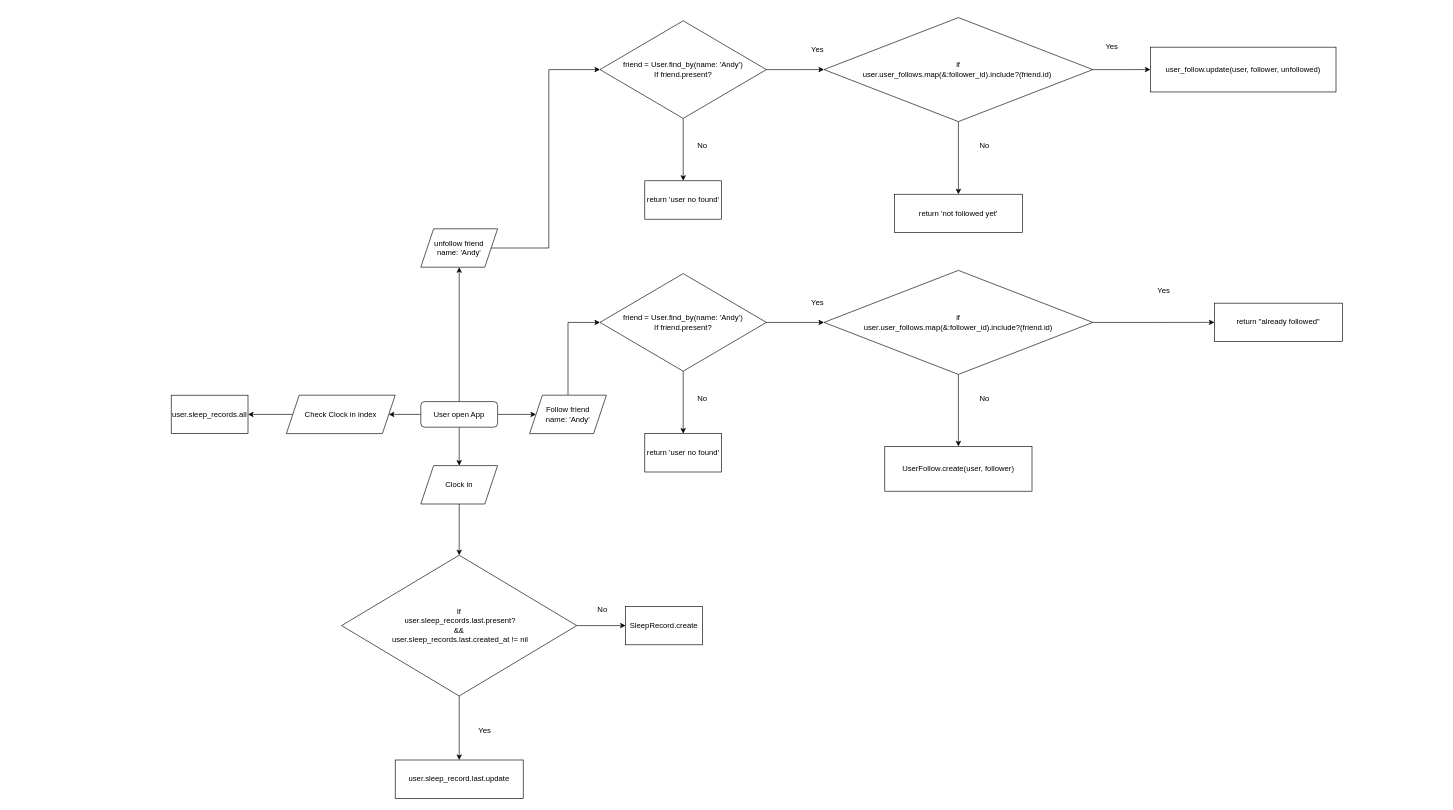
This is tripla_homework.drawio from LaichuLai/draw_io, a draw.io file, before an edit. Source tidied: cells renumbered, new cells numbered last; positions are measured from the earlier drawing's top-left corner, leaving out a move shared by most shapes. Both pictures are drawn from the tidied source at 64%, with x=0, y=0 at pixel (171, 17).
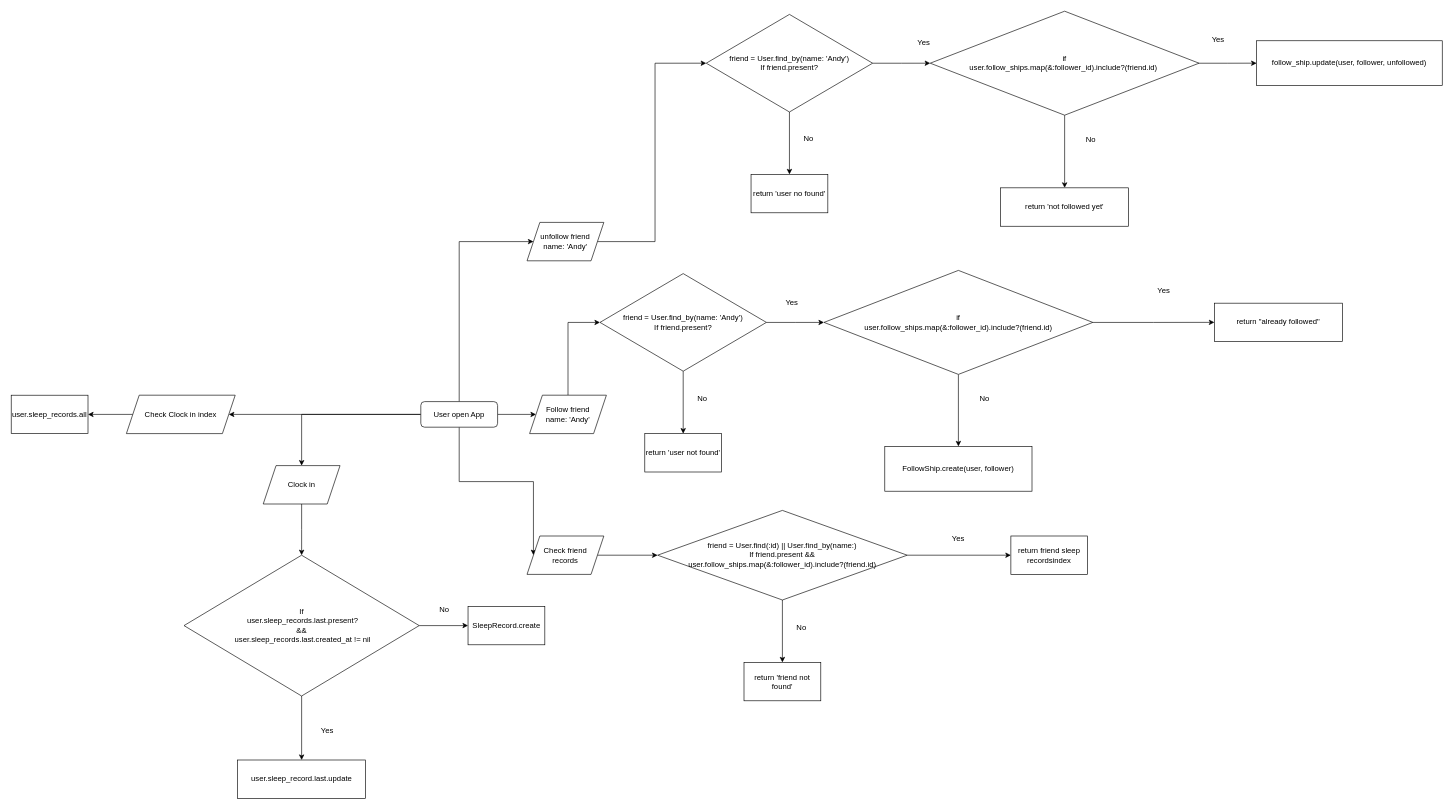
The same diagram, later.

Commit message:
Update tripla_homework.drawio with friend index

Unchanged cells that the change refers to:
```xml
<mxCell id="6" value="User open App" style="rounded=1;whiteSpace=wrap;html=1;fontSize=12;glass=0;strokeWidth=1;shadow=0;" parent="1" vertex="1">
  <mxGeometry x="390" y="600" width="120" height="40" as="geometry" />
</mxCell>
```

Change to the diagram source:
```diff
@@
-    <mxCell id="5" style="edgeStyle=orthogonalEdgeStyle;rounded=0;jettySize=auto;html=1;exitX=0.5;exitY=0;exitDx=0;exitDy=0;" parent="1" edge="1" source="6" target="35">
-      <mxGeometry relative="1" as="geometry" />
+    <mxCell id="5" style="edgeStyle=orthogonalEdgeStyle;rounded=0;jettySize=auto;html=1;exitX=0.5;exitY=0;exitDx=0;exitDy=0;entryX=0;entryY=0.5;entryDx=0;entryDy=0;" parent="1" edge="1" source="6" target="35">
+      <mxGeometry relative="1" as="geometry">
+        <Array as="points">
+          <mxPoint x="450" y="350" />
+        </Array>
+      </mxGeometry>
     </mxCell>
+    <mxCell id="49" style="edgeStyle=orthogonalEdgeStyle;rounded=0;jettySize=auto;html=1;entryX=0;entryY=0.5;entryDx=0;entryDy=0;exitX=0.5;exitY=1;exitDx=0;exitDy=0;" parent="1" edge="1" source="6" target="51">
+      <mxGeometry relative="1" as="geometry" />
+    </mxCell>
@@
     <mxCell id="8" value="Clock in" style="shape=parallelogram;perimeter=parallelogramPerimeter;whiteSpace=wrap;html=1;fixedSize=1;" parent="1" vertex="1">
-      <mxGeometry x="390" y="700" width="120" height="60" as="geometry" />
+      <mxGeometry x="143.8" y="700" width="120" height="60" as="geometry" />
     </mxCell>
@@
     <mxCell id="11" value="If&lt;br&gt;&amp;nbsp;user.sleep_records.last.present?&lt;br&gt;&amp;amp;&amp;amp;&lt;br&gt;&amp;nbsp;user.sleep_records.last.created_at != nil" style="rhombus;whiteSpace=wrap;html=1;align=center;" parent="1" vertex="1">
-      <mxGeometry x="266.2" y="840" width="367.5" height="220" as="geometry" />
+      <mxGeometry x="20" y="840" width="367.5" height="220" as="geometry" />
     </mxCell>
     <mxCell id="12" value="SleepRecord.create" style="whiteSpace=wrap;html=1;" parent="1" vertex="1">
-      <mxGeometry x="710" y="920" width="120" height="60" as="geometry" />
+      <mxGeometry x="463.8" y="920" width="120" height="60" as="geometry" />
     </mxCell>
     <mxCell id="13" value="No" style="text;html=1;strokeColor=none;fillColor=none;align=center;verticalAlign=middle;whiteSpace=wrap;rounded=0;" parent="1" vertex="1">
-      <mxGeometry x="643.5" y="910" width="60" height="30" as="geometry" />
+      <mxGeometry x="397.2" y="910" width="60" height="30" as="geometry" />
     </mxCell>
     <mxCell id="14" value="user.sleep_record.last.update" style="whiteSpace=wrap;html=1;" parent="1" vertex="1">
-      <mxGeometry x="350" y="1160" width="200" height="60" as="geometry" />
+      <mxGeometry x="103.8" y="1160" width="200" height="60" as="geometry" />
     </mxCell>
@@
     <mxCell id="16" value="Check Clock in index" style="shape=parallelogram;perimeter=parallelogramPerimeter;whiteSpace=wrap;html=1;fixedSize=1;" parent="1" vertex="1">
-      <mxGeometry x="180" y="590" width="170" height="60" as="geometry" />
+      <mxGeometry x="-70" y="590" width="170" height="60" as="geometry" />
     </mxCell>
     <mxCell id="17" value="user.sleep_records.all" style="whiteSpace=wrap;html=1;" parent="1" vertex="1">
-      <mxGeometry y="590" width="120" height="60" as="geometry" />
+      <mxGeometry x="-250" y="590" width="120" height="60" as="geometry" />
     </mxCell>
@@
-    <mxCell id="22" value="if &lt;br&gt;user.user_follows.map(&amp;amp;:follower_id).include?(friend.id)" style="rhombus;whiteSpace=wrap;html=1;" parent="1" vertex="1">
+    <mxCell id="22" value="if &lt;br&gt;user.follow_ships.map(&amp;amp;:follower_id).include?(friend.id)" style="rhombus;whiteSpace=wrap;html=1;" parent="1" vertex="1">
       <mxGeometry x="1020" y="395" width="420" height="162.5" as="geometry" />
     </mxCell>
-    <mxCell id="23" value="UserFollow.create(user, follower)" style="whiteSpace=wrap;html=1;" parent="1" vertex="1">
+    <mxCell id="23" value="FollowShip.create(user, follower)" style="whiteSpace=wrap;html=1;" parent="1" vertex="1">
       <mxGeometry x="1115" y="670" width="230" height="70" as="geometry" />
     </mxCell>
@@
     <mxCell id="25" value="Yes" style="text;html=1;strokeColor=none;fillColor=none;align=center;verticalAlign=middle;whiteSpace=wrap;rounded=0;" parent="1" vertex="1">
-      <mxGeometry x="460" y="1100" width="60" height="30" as="geometry" />
+      <mxGeometry x="213.8" y="1100" width="60" height="30" as="geometry" />
     </mxCell>
@@
-    <mxCell id="31" value="return 'user no found'" style="whiteSpace=wrap;html=1;" parent="1" vertex="1">
+    <mxCell id="31" value="return 'user not found'" style="whiteSpace=wrap;html=1;" parent="1" vertex="1">
       <mxGeometry x="740" y="650" width="120" height="60" as="geometry" />
     </mxCell>
@@
     <mxCell id="33" value="Yes" style="text;html=1;strokeColor=none;fillColor=none;align=center;verticalAlign=middle;whiteSpace=wrap;rounded=0;" parent="1" vertex="1">
-      <mxGeometry x="980" y="430" width="60" height="30" as="geometry" />
+      <mxGeometry x="940" y="430" width="60" height="30" as="geometry" />
     </mxCell>
@@
     <mxCell id="35" value="unfollow friend&lt;br&gt;name: 'Andy'" style="shape=parallelogram;perimeter=parallelogramPerimeter;whiteSpace=wrap;html=1;fixedSize=1;" parent="1" vertex="1">
-      <mxGeometry x="390" y="330" width="120" height="60" as="geometry" />
+      <mxGeometry x="556" y="320" width="120" height="60" as="geometry" />
     </mxCell>
@@
-    <mxCell id="38" value="if &lt;br&gt;user.user_follows.map(&amp;amp;:follower_id).include?(friend.id)&amp;nbsp;" style="rhombus;whiteSpace=wrap;html=1;" parent="1" vertex="1">
-      <mxGeometry x="1020" width="420" height="162.5" as="geometry" />
+    <mxCell id="38" value="if &lt;br&gt;user.follow_ships.map(&amp;amp;:follower_id).include?(friend.id)&amp;nbsp;" style="rhombus;whiteSpace=wrap;html=1;" parent="1" vertex="1">
+      <mxGeometry x="1186" y="-10" width="420" height="162.5" as="geometry" />
     </mxCell>
-    <mxCell id="39" value="user_follow.update(user, follower, unfollowed)" style="whiteSpace=wrap;html=1;" parent="1" vertex="1">
-      <mxGeometry x="1530" y="46.2" width="290" height="70" as="geometry" />
+    <mxCell id="39" value="follow_ship.update(user, follower, unfollowed)" style="whiteSpace=wrap;html=1;" parent="1" vertex="1">
+      <mxGeometry x="1696" y="36.2" width="290" height="70" as="geometry" />
     </mxCell>
     <mxCell id="40" value="&lt;span style=&quot;&quot;&gt;return 'not followed yet'&lt;/span&gt;" style="whiteSpace=wrap;html=1;" parent="1" vertex="1">
-      <mxGeometry x="1130" y="276" width="200" height="60" as="geometry" />
+      <mxGeometry x="1296" y="266" width="200" height="60" as="geometry" />
     </mxCell>
     <mxCell id="41" value="No" style="text;html=1;strokeColor=none;fillColor=none;align=center;verticalAlign=middle;whiteSpace=wrap;rounded=0;" parent="1" vertex="1">
-      <mxGeometry x="1241" y="186" width="60" height="30" as="geometry" />
+      <mxGeometry x="1407" y="176" width="60" height="30" as="geometry" />
     </mxCell>
     <mxCell id="42" value="Yes" style="text;html=1;strokeColor=none;fillColor=none;align=center;verticalAlign=middle;whiteSpace=wrap;rounded=0;" parent="1" vertex="1">
-      <mxGeometry x="1440" y="30" width="60" height="30" as="geometry" />
+      <mxGeometry x="1606" y="20" width="60" height="30" as="geometry" />
     </mxCell>
@@
     <mxCell id="45" value="friend = User.find_by(name: 'Andy')&lt;br&gt;If friend.present?" style="rhombus;whiteSpace=wrap;html=1;" parent="1" vertex="1">
-      <mxGeometry x="670" y="5" width="260" height="152.5" as="geometry" />
+      <mxGeometry x="836" y="-5" width="260" height="152.5" as="geometry" />
     </mxCell>
     <mxCell id="46" value="return 'user no found'" style="whiteSpace=wrap;html=1;" parent="1" vertex="1">
-      <mxGeometry x="740" y="255" width="120" height="60" as="geometry" />
+      <mxGeometry x="906" y="245" width="120" height="60" as="geometry" />
     </mxCell>
     <mxCell id="47" value="No" style="text;html=1;strokeColor=none;fillColor=none;align=center;verticalAlign=middle;whiteSpace=wrap;rounded=0;" parent="1" vertex="1">
-      <mxGeometry x="800" y="185" width="60" height="30" as="geometry" />
+      <mxGeometry x="966" y="175" width="60" height="30" as="geometry" />
     </mxCell>
     <mxCell id="48" value="Yes" style="text;html=1;strokeColor=none;fillColor=none;align=center;verticalAlign=middle;whiteSpace=wrap;rounded=0;" parent="1" vertex="1">
-      <mxGeometry x="980" y="35" width="60" height="30" as="geometry" />
+      <mxGeometry x="1146" y="25" width="60" height="30" as="geometry" />
     </mxCell>
+    <mxCell id="50" style="edgeStyle=orthogonalEdgeStyle;rounded=0;jettySize=auto;html=1;" parent="1" edge="1" source="51" target="53">
+      <mxGeometry relative="1" as="geometry" />
+    </mxCell>
+    <mxCell id="51" value="Check friend&lt;br&gt;records" style="shape=parallelogram;perimeter=parallelogramPerimeter;whiteSpace=wrap;html=1;fixedSize=1;" parent="1" vertex="1">
+      <mxGeometry x="556" y="810" width="120" height="60" as="geometry" />
+    </mxCell>
+    <mxCell id="52" style="edgeStyle=orthogonalEdgeStyle;rounded=0;jettySize=auto;html=1;" parent="1" edge="1" source="53" target="54">
+      <mxGeometry relative="1" as="geometry" />
+    </mxCell>
+    <mxCell id="53" value="friend = User.find(:id) || User.find_by(name:)&lt;br&gt;If friend.present &amp;amp;&amp;amp;&lt;br&gt;user.follow_ships.map(&amp;amp;:follower_id).include?(friend.id)" style="rhombus;whiteSpace=wrap;html=1;" parent="1" vertex="1">
+      <mxGeometry x="760" y="770" width="390" height="140" as="geometry" />
+    </mxCell>
+    <mxCell id="54" value="return friend sleep recordsindex" style="whiteSpace=wrap;html=1;" parent="1" vertex="1">
+      <mxGeometry x="1312" y="810" width="120" height="60" as="geometry" />
+    </mxCell>
+    <mxCell id="55" value="Yes" style="text;html=1;strokeColor=none;fillColor=none;align=center;verticalAlign=middle;whiteSpace=wrap;rounded=0;" parent="1" vertex="1">
+      <mxGeometry x="1200" y="800" width="60" height="30" as="geometry" />
+    </mxCell>
+    <mxCell id="56" style="edgeStyle=orthogonalEdgeStyle;rounded=0;jettySize=auto;html=1;exitX=0.5;exitY=1;exitDx=0;exitDy=0;" parent="1" edge="1" source="53" target="57">
+      <mxGeometry relative="1" as="geometry" />
+    </mxCell>
+    <mxCell id="57" value="return 'friend not found'" style="whiteSpace=wrap;html=1;" parent="1" vertex="1">
+      <mxGeometry x="895" y="1007.5" width="120" height="60" as="geometry" />
+    </mxCell>
+    <mxCell id="58" value="No" style="text;html=1;strokeColor=none;fillColor=none;align=center;verticalAlign=middle;whiteSpace=wrap;rounded=0;" parent="1" vertex="1">
+      <mxGeometry x="955" y="937.5" width="60" height="30" as="geometry" />
+    </mxCell>
```
